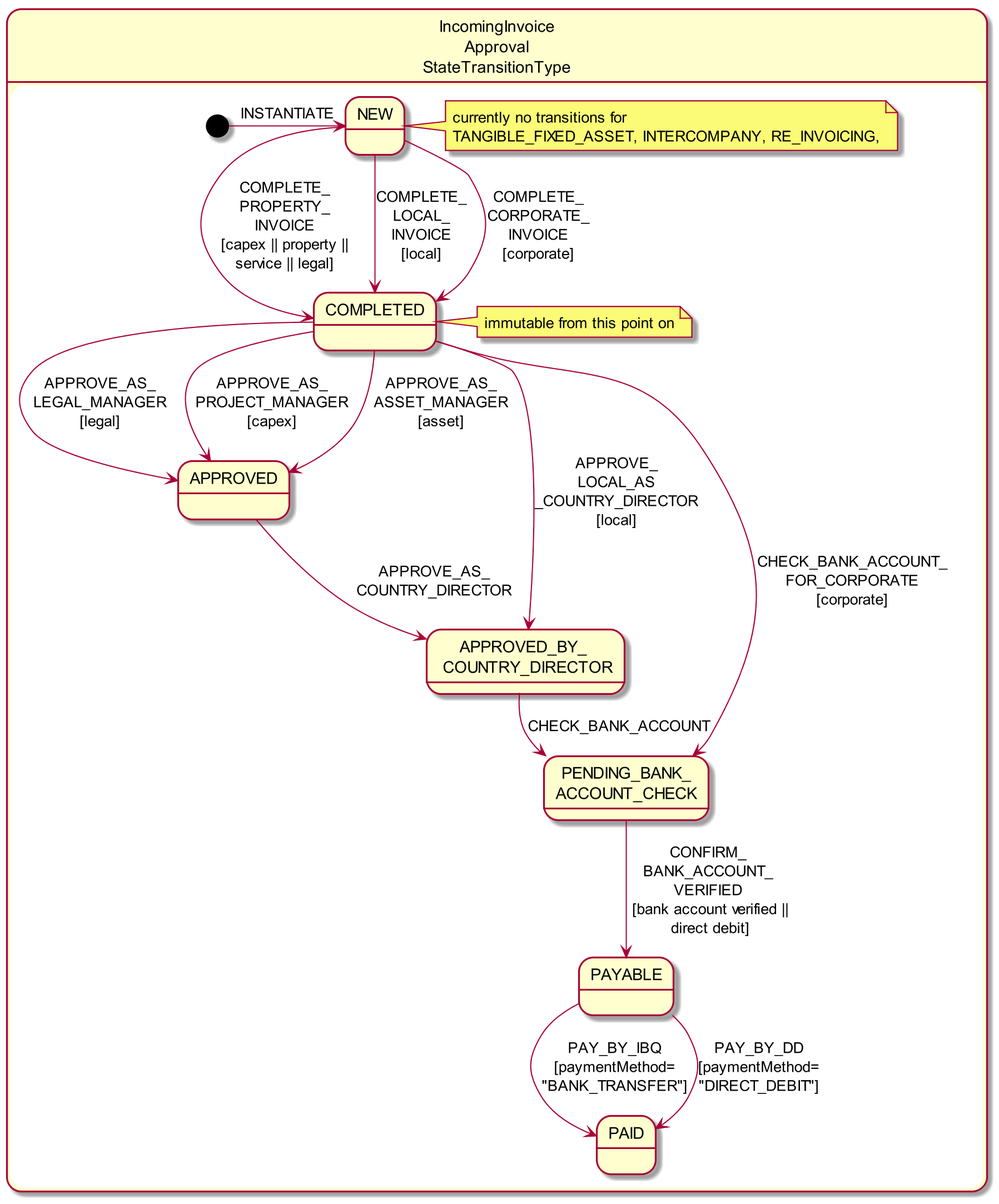
Above: adocs/documentation/src/main/asciidoc/incoming-invoice-approval-state-chart.png in estatio/estatio (PlantUML), before the change.
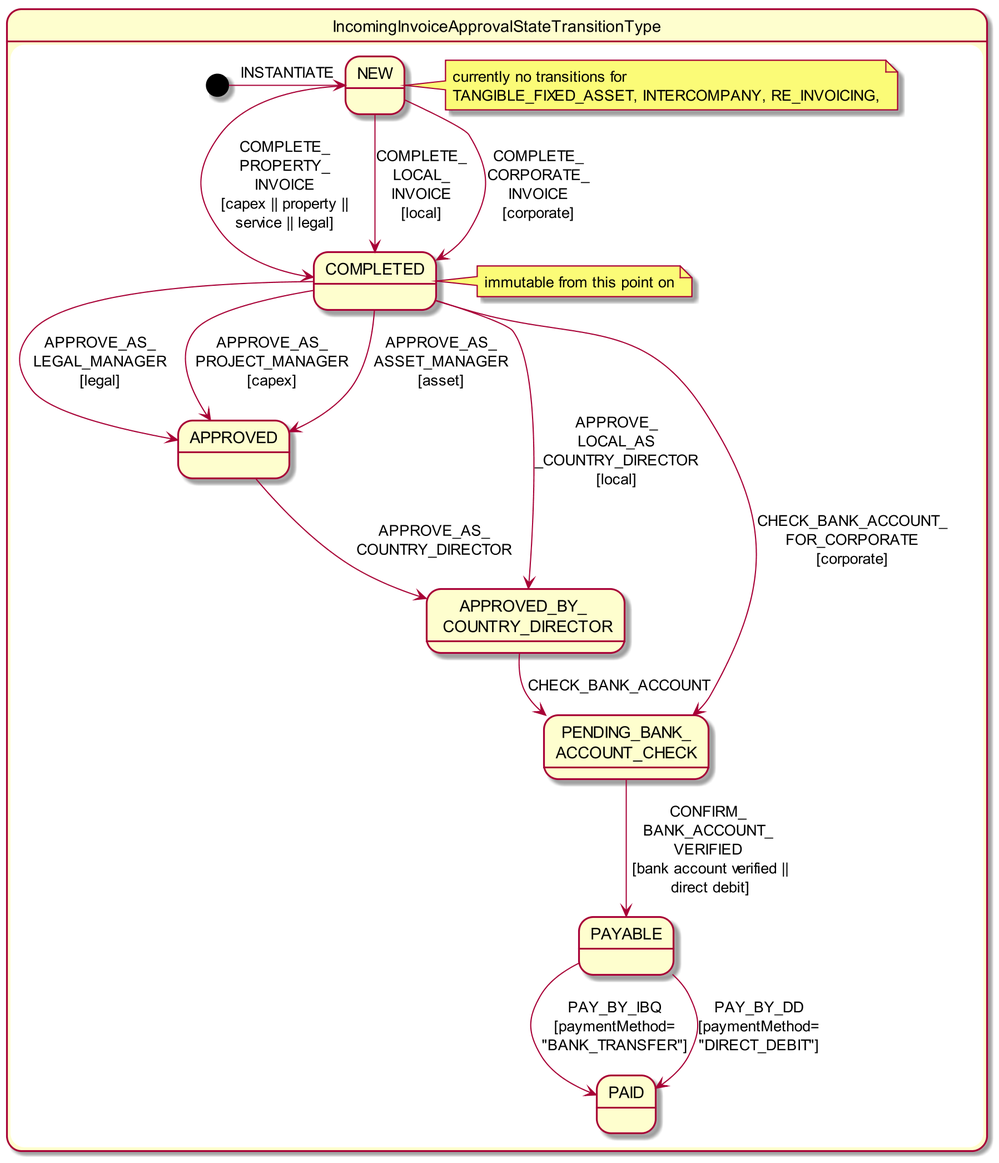
The same file after the commit.

The edit, as a diff of the source:
```diff
@@ -1,7 +1,7 @@
 @startuml
 skinparam dpi 200
 
-state "IncomingInvoice\nApproval\nStateTransitionType" as iia {
+state "IncomingInvoiceApprovalStateTransitionType" as iia {
 
     state "NEW" as iia_new
     note right of iia_new: currently no transitions for\nTANGIBLE_FIXED_ASSET, INTERCOMPANY, RE_INVOICING,
```
